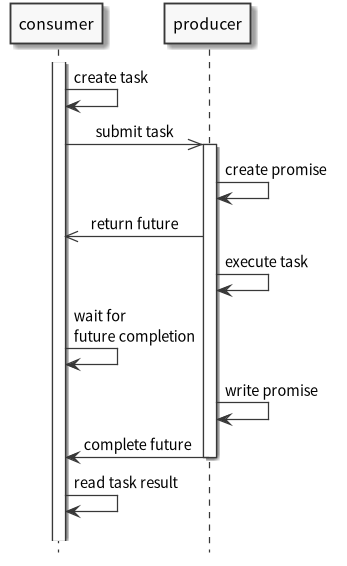
Earlier version of the PlantUML export images/future_and_promise.png (ti-cortex-m4/demo-java-completablefuture).
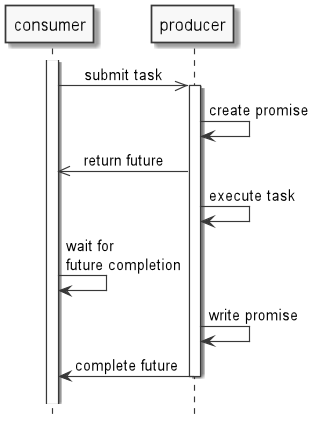
Later version of the same file.

The edit, as a diff of the source:
```diff
@@ -7,7 +7,6 @@
 skinparam sequenceMessageAlign center
 
 activate consumer
-consumer->consumer: create task
 consumer->>producer: submit task
 activate producer
 producer->producer: create promise
@@ -17,7 +16,6 @@
 producer->producer: write promise
 producer->consumer: complete future
 deactivate producer
-consumer->consumer: read task result
 
 ||1||
 producer -[#white]->]
```
